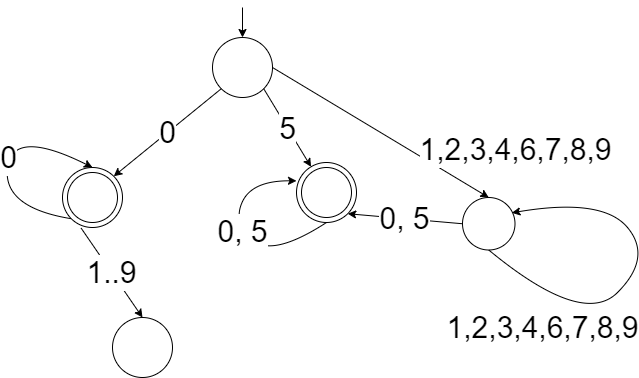
Earlier version of the draw.io export FL_1.png (kajigor/fl-2021-hse-win). Source tidied: cells renumbered, new cells last; positions are measured from the earlier drawing's top-left corner, leaving out a move shared by most shapes. Source of this version:
```xml
<mxGraphModel>
  <root>
    <mxCell id="0" />
    <mxCell id="1" parent="0" />
    <mxCell id="2" style="ellipse;whiteSpace=wrap;html=1;" parent="1" vertex="1">
      <mxGeometry x="210" y="30" width="60" height="60" as="geometry" />
    </mxCell>
    <mxCell id="3" style="endArrow=classic;html=1;" parent="1" edge="1">
      <mxGeometry relative="1" as="geometry">
        <mxPoint x="240" as="sourcePoint" />
        <mxPoint x="240" y="30" as="targetPoint" />
      </mxGeometry>
    </mxCell>
    <mxCell id="4" style="ellipse;whiteSpace=wrap;html=1;" parent="1" vertex="1">
      <mxGeometry x="60" y="160" width="60" height="60" as="geometry" />
    </mxCell>
    <mxCell id="5" value="&lt;font style=&quot;font-size: 30px&quot;&gt;0&lt;/font&gt;" style="endArrow=classic;html=1;exitX=0;exitY=1;exitDx=0;exitDy=0;entryX=1;entryY=0;entryDx=0;entryDy=0;" parent="1" edge="1" source="2" target="4">
      <mxGeometry relative="1" as="geometry" />
    </mxCell>
    <mxCell id="6" value="&lt;span style=&quot;font-size: 30px&quot;&gt;0&lt;/span&gt;" style="curved=1;endArrow=classic;html=1;exitX=0;exitY=1;exitDx=0;exitDy=0;" parent="1" edge="1" source="4">
      <mxGeometry relative="1" as="geometry">
        <mxPoint x="90" y="160" as="targetPoint" />
        <Array as="points">
          <mxPoint y="200" />
          <mxPoint x="10" y="120" />
        </Array>
      </mxGeometry>
    </mxCell>
    <mxCell id="7" style="ellipse;whiteSpace=wrap;html=1;" parent="1" vertex="1">
      <mxGeometry x="110" y="310" width="60" height="60" as="geometry" />
    </mxCell>
    <mxCell id="8" value="&lt;font style=&quot;font-size: 30px&quot;&gt;1..9&lt;/font&gt;" style="endArrow=classic;html=1;exitX=0.311;exitY=1.011;exitDx=0;exitDy=0;exitPerimeter=0;entryX=0.5;entryY=0;entryDx=0;entryDy=0;" parent="1" edge="1" source="4" target="7">
      <mxGeometry relative="1" as="geometry" />
    </mxCell>
    <mxCell id="9" style="ellipse;whiteSpace=wrap;html=1;" parent="1" vertex="1">
      <mxGeometry x="294" y="155" width="60" height="60" as="geometry" />
    </mxCell>
    <mxCell id="10" style="ellipse;whiteSpace=wrap;html=1;" parent="1" vertex="1">
      <mxGeometry x="65" y="165" width="50" height="50" as="geometry" />
    </mxCell>
    <mxCell id="11" value="&lt;font style=&quot;font-size: 30px&quot;&gt;5&lt;/font&gt;" style="endArrow=classic;html=1;exitX=1;exitY=1;exitDx=0;exitDy=0;" parent="1" edge="1" source="2" target="9">
      <mxGeometry relative="1" as="geometry" />
    </mxCell>
    <mxCell id="12" value="&lt;font style=&quot;font-size: 30px&quot;&gt;0, 5&lt;/font&gt;" style="curved=1;endArrow=classic;html=1;exitX=0.5;exitY=1;exitDx=0;exitDy=0;entryX=0;entryY=0.306;entryDx=0;entryDy=0;entryPerimeter=0;" parent="1" edge="1" source="9" target="9">
      <mxGeometry relative="1" as="geometry">
        <Array as="points">
          <mxPoint x="270" y="250" />
          <mxPoint x="230" y="215" />
          <mxPoint x="250" y="173" />
        </Array>
      </mxGeometry>
    </mxCell>
    <mxCell id="13" style="ellipse;whiteSpace=wrap;html=1;" parent="1" vertex="1">
      <mxGeometry x="299" y="160" width="50" height="50" as="geometry" />
    </mxCell>
    <mxCell id="14" style="ellipse;whiteSpace=wrap;html=1;" parent="1" vertex="1">
      <mxGeometry x="460" y="190" width="52.5" height="52.5" as="geometry" />
    </mxCell>
    <mxCell id="15" value="&lt;font style=&quot;font-size: 30px&quot;&gt;1,2,3,4,6,7,8,9&lt;/font&gt;" style="endArrow=classic;html=1;exitX=1;exitY=0.5;exitDx=0;exitDy=0;entryX=0.5;entryY=0;entryDx=0;entryDy=0;" parent="1" edge="1" source="2" target="14">
      <mxGeometry x="0.99" y="55" relative="1" as="geometry" />
    </mxCell>
    <mxCell id="16" value="&lt;font style=&quot;font-size: 30px&quot;&gt;1,2,3,4,6,7,8,9&lt;/font&gt;" style="curved=1;endArrow=classic;html=1;exitX=0.5;exitY=1;exitDx=0;exitDy=0;entryX=0.94;entryY=0.292;entryDx=0;entryDy=0;entryPerimeter=0;" parent="1" edge="1" source="14" target="14">
      <mxGeometry x="-0.54" y="-25" relative="1" as="geometry">
        <Array as="points">
          <mxPoint x="580" y="320" />
          <mxPoint x="650" y="250" />
          <mxPoint x="600" y="190" />
        </Array>
      </mxGeometry>
    </mxCell>
    <mxCell id="17" value="&lt;font style=&quot;font-size: 30px&quot;&gt;0, 5&lt;/font&gt;" style="endArrow=classic;html=1;exitX=0;exitY=0.5;exitDx=0;exitDy=0;entryX=1;entryY=1;entryDx=0;entryDy=0;" parent="1" edge="1" source="14" target="9">
      <mxGeometry relative="1" as="geometry" />
    </mxCell>
  </root>
</mxGraphModel>
```
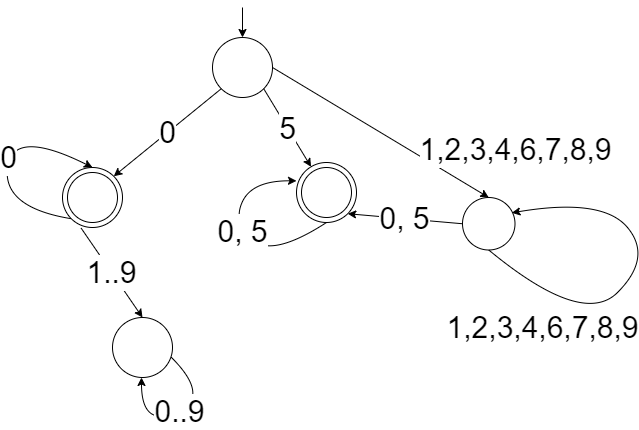
The same diagram one commit later.

Change to the diagram source:
```diff
@@ -71,5 +71,15 @@
     <mxCell id="17" value="&lt;font style=&quot;font-size: 30px&quot;&gt;0, 5&lt;/font&gt;" style="endArrow=classic;html=1;exitX=0;exitY=0.5;exitDx=0;exitDy=0;entryX=1;entryY=1;entryDx=0;entryDy=0;" parent="1" edge="1" source="14" target="9">
       <mxGeometry relative="1" as="geometry" />
     </mxCell>
+    <mxCell id="18" value="&lt;span style=&quot;font-size: 30px&quot;&gt;0..9&lt;/span&gt;" style="curved=1;endArrow=classic;html=1;entryX=0.5;entryY=1;entryDx=0;entryDy=0;" parent="1" edge="1">
+      <mxGeometry relative="1" as="geometry">
+        <mxPoint x="169" y="350" as="sourcePoint" />
+        <mxPoint x="139" y="370" as="targetPoint" />
+        <Array as="points">
+          <mxPoint x="209" y="390" />
+          <mxPoint x="139" y="420" />
+        </Array>
+      </mxGeometry>
+    </mxCell>
   </root>
 </mxGraphModel>
```
